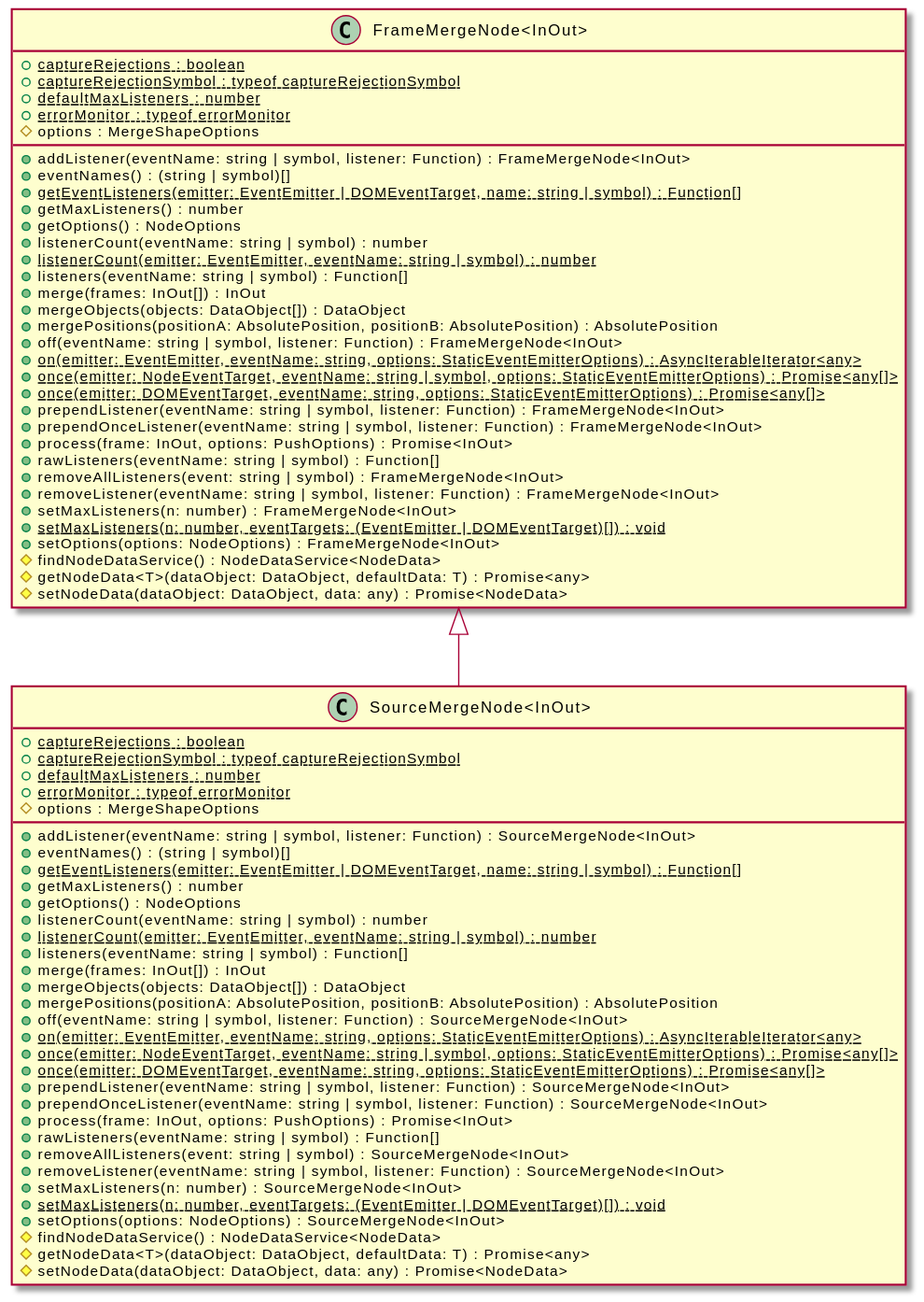
The PlantUML diagram assets/SourceMergeNode-umlClassDiagram-10556.svg in OpenHPS/openhps-core, before a commit. Its diagram source:
```plantuml
@startuml
skinparam BackgroundColor transparent
hide empty methods
hide empty fields
class "SourceMergeNode<InOut>" {
    {static} +captureRejections : boolean
    {static} +captureRejectionSymbol : typeof captureRejectionSymbol
    {static} +defaultMaxListeners : number
    {static} +errorMonitor : typeof errorMonitor
    #options : MergeShapeOptions
    +addListener(eventName: string | symbol, listener: Function) : SourceMergeNode<InOut>
    +eventNames() : (string | symbol)[]
    {static} +getEventListeners(emitter: EventEmitter | DOMEventTarget, name: string | symbol) : Function[]
    +getMaxListeners() : number
    +getOptions() : NodeOptions
    +listenerCount(eventName: string | symbol) : number
    {static} +listenerCount(emitter: EventEmitter, eventName: string | symbol) : number
    +listeners(eventName: string | symbol) : Function[]
    +merge(frames: InOut[]) : InOut
    +mergeObjects(objects: DataObject[]) : DataObject
    +mergePositions(positionA: AbsolutePosition, positionB: AbsolutePosition) : AbsolutePosition
    +off(eventName: string | symbol, listener: Function) : SourceMergeNode<InOut>
    {static} +on(emitter: EventEmitter, eventName: string, options: StaticEventEmitterOptions) : AsyncIterableIterator<any>
    {static} +once(emitter: NodeEventTarget, eventName: string | symbol, options: StaticEventEmitterOptions) : Promise<any[]>
    {static} +once(emitter: DOMEventTarget, eventName: string, options: StaticEventEmitterOptions) : Promise<any[]>
    +prependListener(eventName: string | symbol, listener: Function) : SourceMergeNode<InOut>
    +prependOnceListener(eventName: string | symbol, listener: Function) : SourceMergeNode<InOut>
    +process(frame: InOut, options: PushOptions) : Promise<InOut>
    +rawListeners(eventName: string | symbol) : Function[]
    +removeAllListeners(event: string | symbol) : SourceMergeNode<InOut>
    +removeListener(eventName: string | symbol, listener: Function) : SourceMergeNode<InOut>
    +setMaxListeners(n: number) : SourceMergeNode<InOut>
    {static} +setMaxListeners(n: number, eventTargets: (EventEmitter | DOMEventTarget)[]) : void
    +setOptions(options: NodeOptions) : SourceMergeNode<InOut>
    #findNodeDataService() : NodeDataService<NodeData>
    #getNodeData<T>(dataObject: DataObject, defaultData: T) : Promise<any>
    #setNodeData(dataObject: DataObject, data: any) : Promise<NodeData>
}
class "FrameMergeNode<InOut>" {
    {static} +captureRejections : boolean
    {static} +captureRejectionSymbol : typeof captureRejectionSymbol
    {static} +defaultMaxListeners : number
    {static} +errorMonitor : typeof errorMonitor
    #options : MergeShapeOptions
    +addListener(eventName: string | symbol, listener: Function) : FrameMergeNode<InOut>
    +eventNames() : (string | symbol)[]
    {static} +getEventListeners(emitter: EventEmitter | DOMEventTarget, name: string | symbol) : Function[]
    +getMaxListeners() : number
    +getOptions() : NodeOptions
    +listenerCount(eventName: string | symbol) : number
    {static} +listenerCount(emitter: EventEmitter, eventName: string | symbol) : number
    +listeners(eventName: string | symbol) : Function[]
    +merge(frames: InOut[]) : InOut
    +mergeObjects(objects: DataObject[]) : DataObject
    +mergePositions(positionA: AbsolutePosition, positionB: AbsolutePosition) : AbsolutePosition
    +off(eventName: string | symbol, listener: Function) : FrameMergeNode<InOut>
    {static} +on(emitter: EventEmitter, eventName: string, options: StaticEventEmitterOptions) : AsyncIterableIterator<any>
    {static} +once(emitter: NodeEventTarget, eventName: string | symbol, options: StaticEventEmitterOptions) : Promise<any[]>
    {static} +once(emitter: DOMEventTarget, eventName: string, options: StaticEventEmitterOptions) : Promise<any[]>
    +prependListener(eventName: string | symbol, listener: Function) : FrameMergeNode<InOut>
    +prependOnceListener(eventName: string | symbol, listener: Function) : FrameMergeNode<InOut>
    +process(frame: InOut, options: PushOptions) : Promise<InOut>
    +rawListeners(eventName: string | symbol) : Function[]
    +removeAllListeners(event: string | symbol) : FrameMergeNode<InOut>
    +removeListener(eventName: string | symbol, listener: Function) : FrameMergeNode<InOut>
    +setMaxListeners(n: number) : FrameMergeNode<InOut>
    {static} +setMaxListeners(n: number, eventTargets: (EventEmitter | DOMEventTarget)[]) : void
    +setOptions(options: NodeOptions) : FrameMergeNode<InOut>
    #findNodeDataService() : NodeDataService<NodeData>
    #getNodeData<T>(dataObject: DataObject, defaultData: T) : Promise<any>
    #setNodeData(dataObject: DataObject, data: any) : Promise<NodeData>
}
"FrameMergeNode<InOut>" <|-- "SourceMergeNode<InOut>"
@enduml
```
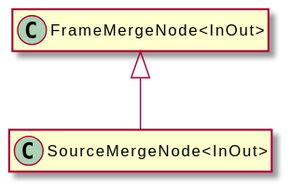
Above is the later version.

Diff of the diagram source:
```diff
@@ -3,72 +3,8 @@
 hide empty methods
 hide empty fields
 class "SourceMergeNode<InOut>" {
-    {static} +captureRejections : boolean
-    {static} +captureRejectionSymbol : typeof captureRejectionSymbol
-    {static} +defaultMaxListeners : number
-    {static} +errorMonitor : typeof errorMonitor
-    #options : MergeShapeOptions
-    +addListener(eventName: string | symbol, listener: Function) : SourceMergeNode<InOut>
-    +eventNames() : (string | symbol)[]
-    {static} +getEventListeners(emitter: EventEmitter | DOMEventTarget, name: string | symbol) : Function[]
-    +getMaxListeners() : number
-    +getOptions() : NodeOptions
-    +listenerCount(eventName: string | symbol) : number
-    {static} +listenerCount(emitter: EventEmitter, eventName: string | symbol) : number
-    +listeners(eventName: string | symbol) : Function[]
-    +merge(frames: InOut[]) : InOut
-    +mergeObjects(objects: DataObject[]) : DataObject
-    +mergePositions(positionA: AbsolutePosition, positionB: AbsolutePosition) : AbsolutePosition
-    +off(eventName: string | symbol, listener: Function) : SourceMergeNode<InOut>
-    {static} +on(emitter: EventEmitter, eventName: string, options: StaticEventEmitterOptions) : AsyncIterableIterator<any>
-    {static} +once(emitter: NodeEventTarget, eventName: string | symbol, options: StaticEventEmitterOptions) : Promise<any[]>
-    {static} +once(emitter: DOMEventTarget, eventName: string, options: StaticEventEmitterOptions) : Promise<any[]>
-    +prependListener(eventName: string | symbol, listener: Function) : SourceMergeNode<InOut>
-    +prependOnceListener(eventName: string | symbol, listener: Function) : SourceMergeNode<InOut>
-    +process(frame: InOut, options: PushOptions) : Promise<InOut>
-    +rawListeners(eventName: string | symbol) : Function[]
-    +removeAllListeners(event: string | symbol) : SourceMergeNode<InOut>
-    +removeListener(eventName: string | symbol, listener: Function) : SourceMergeNode<InOut>
-    +setMaxListeners(n: number) : SourceMergeNode<InOut>
-    {static} +setMaxListeners(n: number, eventTargets: (EventEmitter | DOMEventTarget)[]) : void
-    +setOptions(options: NodeOptions) : SourceMergeNode<InOut>
-    #findNodeDataService() : NodeDataService<NodeData>
-    #getNodeData<T>(dataObject: DataObject, defaultData: T) : Promise<any>
-    #setNodeData(dataObject: DataObject, data: any) : Promise<NodeData>
 }
 class "FrameMergeNode<InOut>" {
-    {static} +captureRejections : boolean
-    {static} +captureRejectionSymbol : typeof captureRejectionSymbol
-    {static} +defaultMaxListeners : number
-    {static} +errorMonitor : typeof errorMonitor
-    #options : MergeShapeOptions
-    +addListener(eventName: string | symbol, listener: Function) : FrameMergeNode<InOut>
-    +eventNames() : (string | symbol)[]
-    {static} +getEventListeners(emitter: EventEmitter | DOMEventTarget, name: string | symbol) : Function[]
-    +getMaxListeners() : number
-    +getOptions() : NodeOptions
-    +listenerCount(eventName: string | symbol) : number
-    {static} +listenerCount(emitter: EventEmitter, eventName: string | symbol) : number
-    +listeners(eventName: string | symbol) : Function[]
-    +merge(frames: InOut[]) : InOut
-    +mergeObjects(objects: DataObject[]) : DataObject
-    +mergePositions(positionA: AbsolutePosition, positionB: AbsolutePosition) : AbsolutePosition
-    +off(eventName: string | symbol, listener: Function) : FrameMergeNode<InOut>
-    {static} +on(emitter: EventEmitter, eventName: string, options: StaticEventEmitterOptions) : AsyncIterableIterator<any>
-    {static} +once(emitter: NodeEventTarget, eventName: string | symbol, options: StaticEventEmitterOptions) : Promise<any[]>
-    {static} +once(emitter: DOMEventTarget, eventName: string, options: StaticEventEmitterOptions) : Promise<any[]>
-    +prependListener(eventName: string | symbol, listener: Function) : FrameMergeNode<InOut>
-    +prependOnceListener(eventName: string | symbol, listener: Function) : FrameMergeNode<InOut>
-    +process(frame: InOut, options: PushOptions) : Promise<InOut>
-    +rawListeners(eventName: string | symbol) : Function[]
-    +removeAllListeners(event: string | symbol) : FrameMergeNode<InOut>
-    +removeListener(eventName: string | symbol, listener: Function) : FrameMergeNode<InOut>
-    +setMaxListeners(n: number) : FrameMergeNode<InOut>
-    {static} +setMaxListeners(n: number, eventTargets: (EventEmitter | DOMEventTarget)[]) : void
-    +setOptions(options: NodeOptions) : FrameMergeNode<InOut>
-    #findNodeDataService() : NodeDataService<NodeData>
-    #getNodeData<T>(dataObject: DataObject, defaultData: T) : Promise<any>
-    #setNodeData(dataObject: DataObject, data: any) : Promise<NodeData>
 }
 "FrameMergeNode<InOut>" <|-- "SourceMergeNode<InOut>"
 @enduml
```
